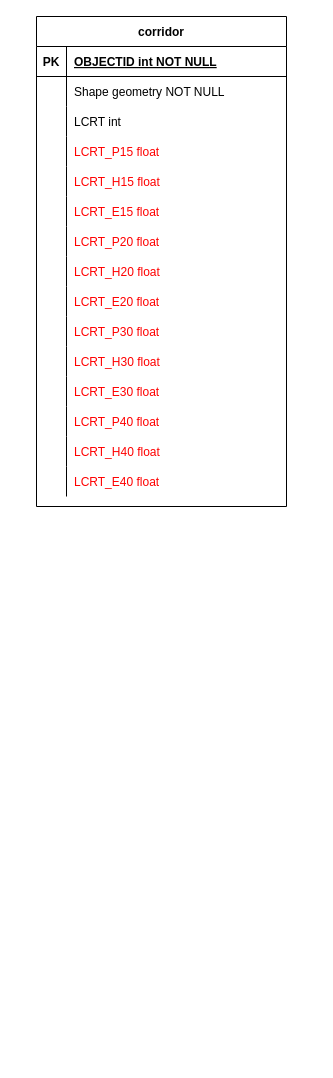
Before: page "corridor" (3 of 9) of Untitled Diagram.drawio in renaissanceplanning/LCBRT_TOD, a draw.io diagram. Source tidied: cells renumbered, new cells numbered last; positions are measured from the earlier drawing's top-left corner, leaving out a move shared by most shapes. Both pictures are drawn from the tidied source at 100%, with x=0, y=0 at pixel (36, 16).
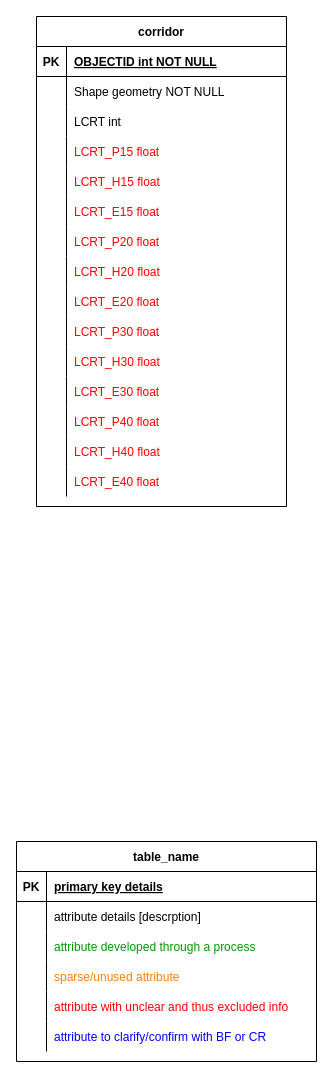
The same diagram, later.

The edit, as a diff of the source:
```diff
@@
+    <mxCell id="48" value="table_name" style="shape=table;startSize=30;childLayout=tableLayout;rowLines=0;fontStyle=1;align=center;" parent="1" vertex="1">
+      <mxGeometry x="-20" y="825" width="300" height="220" as="geometry" />
+    </mxCell>
+    <mxCell id="49" style="shape=partialRectangle;fillColor=none;top=0;left=0;right=0;bottom=1;" parent="48" vertex="1">
+      <mxGeometry y="30" width="300" height="30" as="geometry" />
+    </mxCell>
+    <mxCell id="50" value="PK" style="shape=partialRectangle;overflow=hidden;fillColor=none;top=0;left=0;bottom=0;right=0;fontStyle=1;" parent="49" vertex="1">
+      <mxGeometry width="30" height="30" as="geometry" />
+    </mxCell>
+    <mxCell id="51" value="primary key details" style="shape=partialRectangle;overflow=hidden;fillColor=none;top=0;left=0;bottom=0;right=0;align=left;spacingLeft=6;fontStyle=5;" parent="49" vertex="1">
+      <mxGeometry x="30" width="270" height="30" as="geometry" />
+    </mxCell>
+    <mxCell id="52" style="shape=partialRectangle;fillColor=none;top=0;left=0;right=0;bottom=0;" parent="48" vertex="1">
+      <mxGeometry y="60" width="300" height="30" as="geometry" />
+    </mxCell>
+    <mxCell id="53" style="shape=partialRectangle;overflow=hidden;fillColor=none;top=0;left=0;bottom=0;right=0;" parent="52" vertex="1">
+      <mxGeometry width="30" height="30" as="geometry" />
+    </mxCell>
+    <mxCell id="54" value="attribute details [descrption]" style="shape=partialRectangle;overflow=hidden;fillColor=none;top=0;left=0;bottom=0;right=0;align=left;spacingLeft=6;" parent="52" vertex="1">
+      <mxGeometry x="30" width="270" height="30" as="geometry" />
+    </mxCell>
+    <mxCell id="55" style="shape=partialRectangle;fillColor=none;top=0;left=0;right=0;bottom=0;fontColor=#009900;" parent="48" vertex="1">
+      <mxGeometry y="90" width="300" height="30" as="geometry" />
+    </mxCell>
+    <mxCell id="56" style="shape=partialRectangle;overflow=hidden;fillColor=none;top=0;left=0;bottom=0;right=0;" parent="55" vertex="1">
+      <mxGeometry width="30" height="30" as="geometry" />
+    </mxCell>
+    <mxCell id="57" value="attribute developed through a process" style="shape=partialRectangle;overflow=hidden;fillColor=none;top=0;left=0;bottom=0;right=0;align=left;spacingLeft=6;strokeColor=#009900;fontColor=#009900;" parent="55" vertex="1">
+      <mxGeometry x="30" width="270" height="30" as="geometry" />
+    </mxCell>
+    <mxCell id="58" style="shape=partialRectangle;fillColor=none;top=0;left=0;right=0;bottom=0;" parent="48" vertex="1">
+      <mxGeometry y="120" width="300" height="30" as="geometry" />
+    </mxCell>
+    <mxCell id="59" style="shape=partialRectangle;overflow=hidden;fillColor=none;top=0;left=0;bottom=0;right=0;" parent="58" vertex="1">
+      <mxGeometry width="30" height="30" as="geometry" />
+    </mxCell>
+    <mxCell id="60" value="sparse/unused attribute" style="shape=partialRectangle;overflow=hidden;fillColor=none;top=0;left=0;bottom=0;right=0;align=left;spacingLeft=6;fontColor=#FF8000;" parent="58" vertex="1">
+      <mxGeometry x="30" width="270" height="30" as="geometry" />
+    </mxCell>
+    <mxCell id="61" style="shape=partialRectangle;fillColor=none;top=0;left=0;right=0;bottom=0;" parent="48" vertex="1">
+      <mxGeometry y="150" width="300" height="30" as="geometry" />
+    </mxCell>
+    <mxCell id="62" style="shape=partialRectangle;overflow=hidden;fillColor=none;top=0;left=0;bottom=0;right=0;" parent="61" vertex="1">
+      <mxGeometry width="30" height="30" as="geometry" />
+    </mxCell>
+    <mxCell id="63" value="attribute with unclear and thus excluded info" style="shape=partialRectangle;overflow=hidden;fillColor=none;top=0;left=0;bottom=0;right=0;align=left;spacingLeft=6;fontColor=#FF0000;" parent="61" vertex="1">
+      <mxGeometry x="30" width="270" height="30" as="geometry" />
+    </mxCell>
+    <mxCell id="64" style="shape=partialRectangle;fillColor=none;top=0;left=0;right=0;bottom=0;" parent="48" vertex="1">
+      <mxGeometry y="180" width="300" height="30" as="geometry" />
+    </mxCell>
+    <mxCell id="65" style="shape=partialRectangle;overflow=hidden;fillColor=none;top=0;left=0;bottom=0;right=0;" parent="64" vertex="1">
+      <mxGeometry width="30" height="30" as="geometry" />
+    </mxCell>
+    <mxCell id="66" value="attribute to clarify/confirm with BF or CR" style="shape=partialRectangle;overflow=hidden;fillColor=none;top=0;left=0;bottom=0;right=0;align=left;spacingLeft=6;fontColor=#0000FF;" parent="64" vertex="1">
+      <mxGeometry x="30" width="270" height="30" as="geometry" />
+    </mxCell>
```
